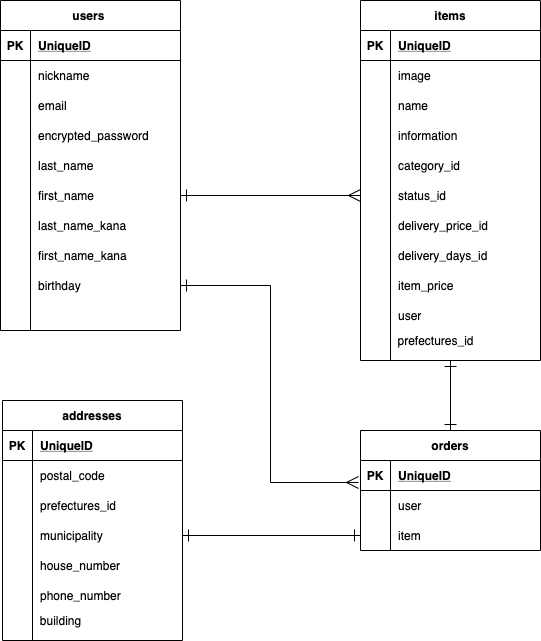
This is furimaER修正.png from scrap2414/furima-35002, a draw.io export, as it was before one commit. Source tidied: cells renumbered, new cells last; positions are measured from the earlier drawing's top-left corner, leaving out a move shared by most shapes.
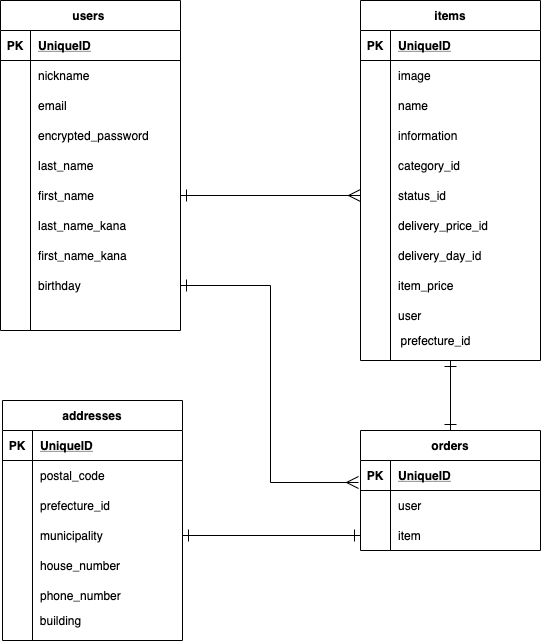
The same file after the commit.

What changed in the source:
```diff
@@ -170,7 +170,7 @@
     <mxCell id="57" style="shape=partialRectangle;fillColor=none;top=0;left=0;bottom=0;right=0;overflow=hidden;" parent="56" vertex="1">
       <mxGeometry width="30" height="30" as="geometry" />
     </mxCell>
-    <mxCell id="58" value="delivery_days_id" style="shape=partialRectangle;fillColor=none;top=0;left=0;bottom=0;right=0;align=left;spacingLeft=6;overflow=hidden;" parent="56" vertex="1">
+    <mxCell id="58" value="delivery_day_id" style="shape=partialRectangle;fillColor=none;top=0;left=0;bottom=0;right=0;align=left;spacingLeft=6;overflow=hidden;" parent="56" vertex="1">
       <mxGeometry x="30" width="150" height="30" as="geometry" />
     </mxCell>
     <mxCell id="59" style="shape=partialRectangle;fillColor=none;top=0;left=0;bottom=0;right=0;" parent="34" vertex="1">
@@ -218,7 +218,7 @@
     <mxCell id="73" style="shape=partialRectangle;fillColor=none;top=0;left=0;bottom=0;right=0;overflow=hidden;" parent="72" vertex="1">
       <mxGeometry width="30" height="30" as="geometry" />
     </mxCell>
-    <mxCell id="74" value="prefectures_id" style="shape=partialRectangle;fillColor=none;top=0;left=0;bottom=0;right=0;align=left;spacingLeft=6;overflow=hidden;" parent="72" vertex="1">
+    <mxCell id="74" value="prefecture_id" style="shape=partialRectangle;fillColor=none;top=0;left=0;bottom=0;right=0;align=left;spacingLeft=6;overflow=hidden;" parent="72" vertex="1">
       <mxGeometry x="30" width="150" height="30" as="geometry" />
     </mxCell>
     <mxCell id="75" style="shape=partialRectangle;fillColor=none;top=0;left=0;bottom=0;right=0;points=[[0,0.5],[1,0.5]];portConstraint=eastwest;" parent="65" vertex="1">
@@ -287,7 +287,7 @@
     <mxCell id="96" style="edgeStyle=orthogonalEdgeStyle;rounded=0;jumpSize=7;jettySize=auto;html=1;exitX=1;exitY=0.5;exitDx=0;exitDy=0;entryX=0;entryY=0.5;entryDx=0;entryDy=0;startArrow=ERone;startFill=0;startSize=10;endArrow=ERone;endFill=0;endSize=10;strokeWidth=1;" parent="1" edge="1" source="75" target="91">
       <mxGeometry relative="1" as="geometry" />
     </mxCell>
-    <mxCell id="97" value="&lt;span style=&quot;text-align: left&quot;&gt;prefectures_id&lt;/span&gt;" style="text;html=1;align=center;verticalAlign=middle;" parent="1" vertex="1">
+    <mxCell id="97" value="&lt;span style=&quot;text-align: left&quot;&gt;prefecture_id&lt;/span&gt;" style="text;html=1;align=center;verticalAlign=middle;" parent="1" vertex="1">
       <mxGeometry x="390" y="330" width="90" height="20" as="geometry" />
     </mxCell>
     <mxCell id="98" value="building" style="text;html=1;align=center;verticalAlign=middle;" parent="1" vertex="1">
```
